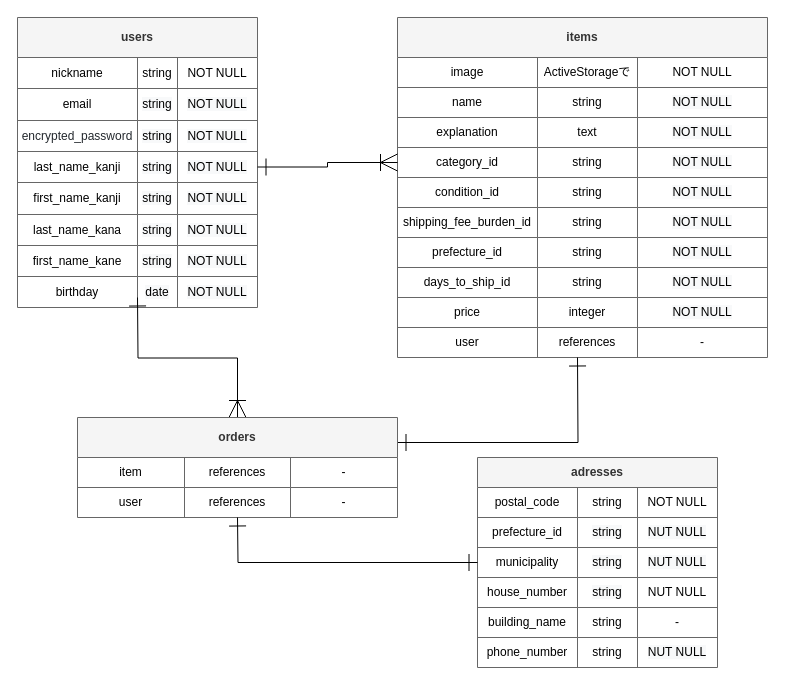
This is er.dio from kkgoodjob/furima-32467, a draw.io file, before an edit. Source tidied: cells renumbered, new cells numbered last; positions are measured from the earlier drawing's top-left corner, leaving out a move shared by most shapes. Both pictures are drawn from the tidied source at 100%, with x=0, y=0 at pixel (17, 17).
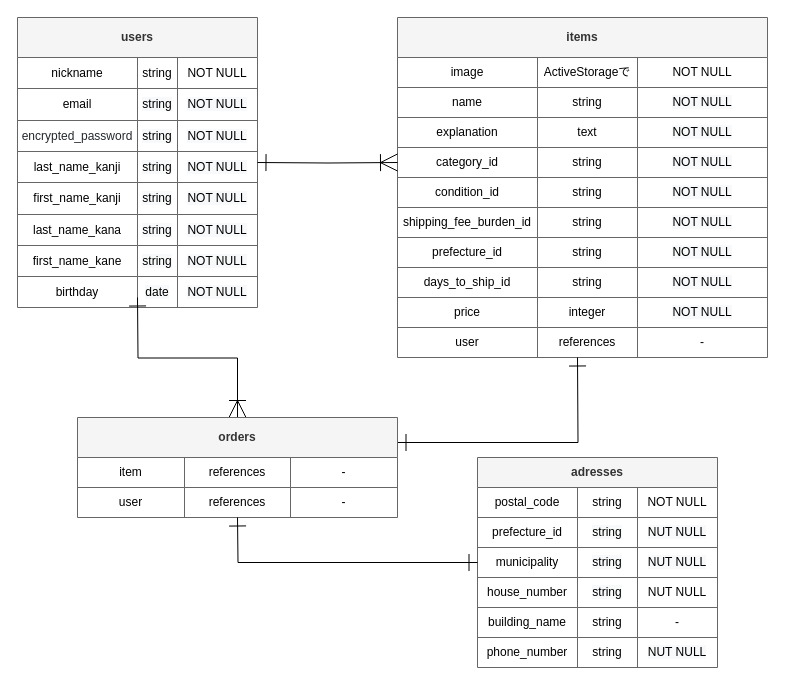
Above is the later version.

The change refers to these unchanged cells:
```xml
<mxCell id="15" style="shape=partialRectangle;html=1;whiteSpace=wrap;fillColor=none;top=0;left=0;bottom=0;right=0;points=[[0,0.5],[1,0.5]];portConstraint=eastwest;" parent="2" vertex="1">
  <mxGeometry y="134" width="240" height="31" as="geometry" />
</mxCell>
<mxCell id="48" style="shape=partialRectangle;html=1;whiteSpace=wrap;fillColor=none;top=0;left=0;bottom=0;right=0;points=[[0,0.5],[1,0.5]];portConstraint=eastwest;" parent="35" vertex="1">
  <mxGeometry y="130" width="370" height="30" as="geometry" />
</mxCell>
```

What changed in the source:
```diff
@@
-    <mxCell id="112" style="edgeStyle=orthogonalEdgeStyle;rounded=0;jettySize=auto;html=1;exitX=1;exitY=0.5;exitDx=0;exitDy=0;entryX=0;entryY=0.5;entryDx=0;entryDy=0;startArrow=ERone;startFill=0;sourcePerimeterSpacing=0;endSize=15;startSize=15;endArrow=ERoneToMany;endFill=0;" parent="1" edge="1" source="15" target="48">
-      <mxGeometry relative="1" as="geometry" />
+    <mxCell id="112" style="edgeStyle=orthogonalEdgeStyle;rounded=0;jettySize=auto;html=1;entryX=0;entryY=0.5;entryDx=0;entryDy=0;startArrow=ERone;startFill=0;sourcePerimeterSpacing=0;endSize=15;startSize=15;endArrow=ERoneToMany;endFill=0;" parent="1" edge="1" target="48">
+      <mxGeometry relative="1" as="geometry">
+        <mxPoint x="240" y="145" as="sourcePoint" />
+      </mxGeometry>
     </mxCell>
```
